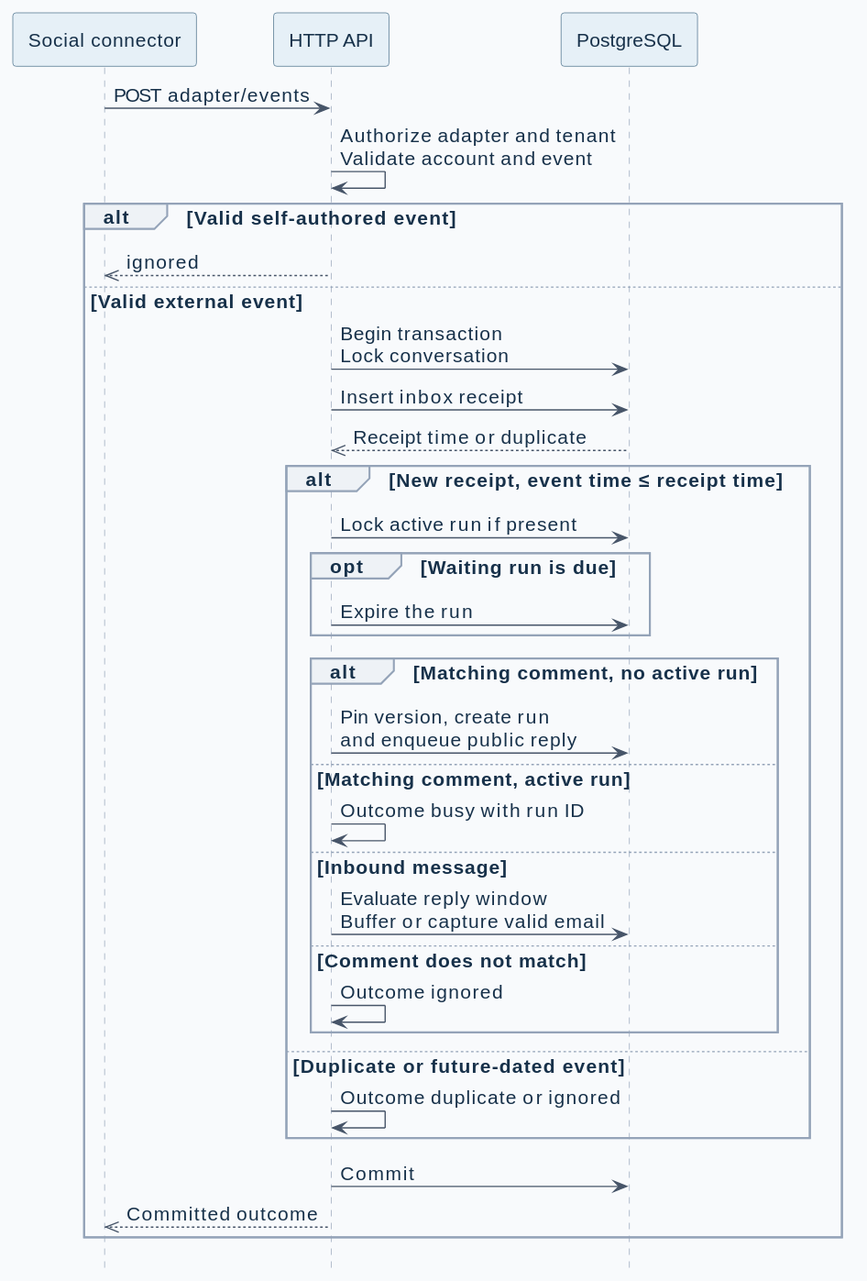
This is docs/diagrams/ingestion.svg from ByAxe/blotato-comment-automations, a PlantUML export, as it was before one commit. Its source is kept beside it as docs/diagrams/ingestion.puml. The source it was exported from:
```plantuml
@startuml
hide footbox
skinparam BackgroundColor #F8FAFC
skinparam DefaultFontName SansSerif
skinparam DefaultFontColor #17314A
skinparam DefaultFontSize 15
skinparam Shadowing false
skinparam ArrowColor #475569
skinparam SequenceLifeLineBorderColor #94A3B8
skinparam SequenceParticipantBackgroundColor #E6F0F7
skinparam SequenceParticipantBorderColor #456C87
skinparam SequenceGroupBackgroundColor #EEF2F6
skinparam SequenceGroupBorderColor #94A3B8
<style>
participant {
  Padding 12
}
</style>
skinparam BoxPadding 12
skinparam maxMessageSize 260

participant "Social connector" as gateway
participant "HTTP API" as api
participant "PostgreSQL" as db

gateway -> api : POST adapter/events
api -> api : Authorize adapter and tenant\nValidate account and event
alt Valid self-authored event
  api -->> gateway : ignored
else Valid external event
  api -> db : Begin transaction\nLock conversation
  api -> db : Insert inbox receipt
  db -->> api : Receipt time or duplicate
  alt New receipt, event time ≤ receipt time
    api -> db : Lock active run if present
    opt Waiting run is due
      api -> db : Expire the run
    end
    alt Matching comment, no active run
      api -> db : Pin version, create run\nand enqueue public reply
    else Matching comment, active run
      api -> api : Outcome busy with run ID
    else Inbound message
      api -> db : Evaluate reply window\nBuffer or capture valid email
    else Comment does not match
      api -> api : Outcome ignored
    end
  else Duplicate or future-dated event
    api -> api : Outcome duplicate or ignored
  end
  api -> db : Commit
  api -->> gateway : Committed outcome
end
@enduml
```
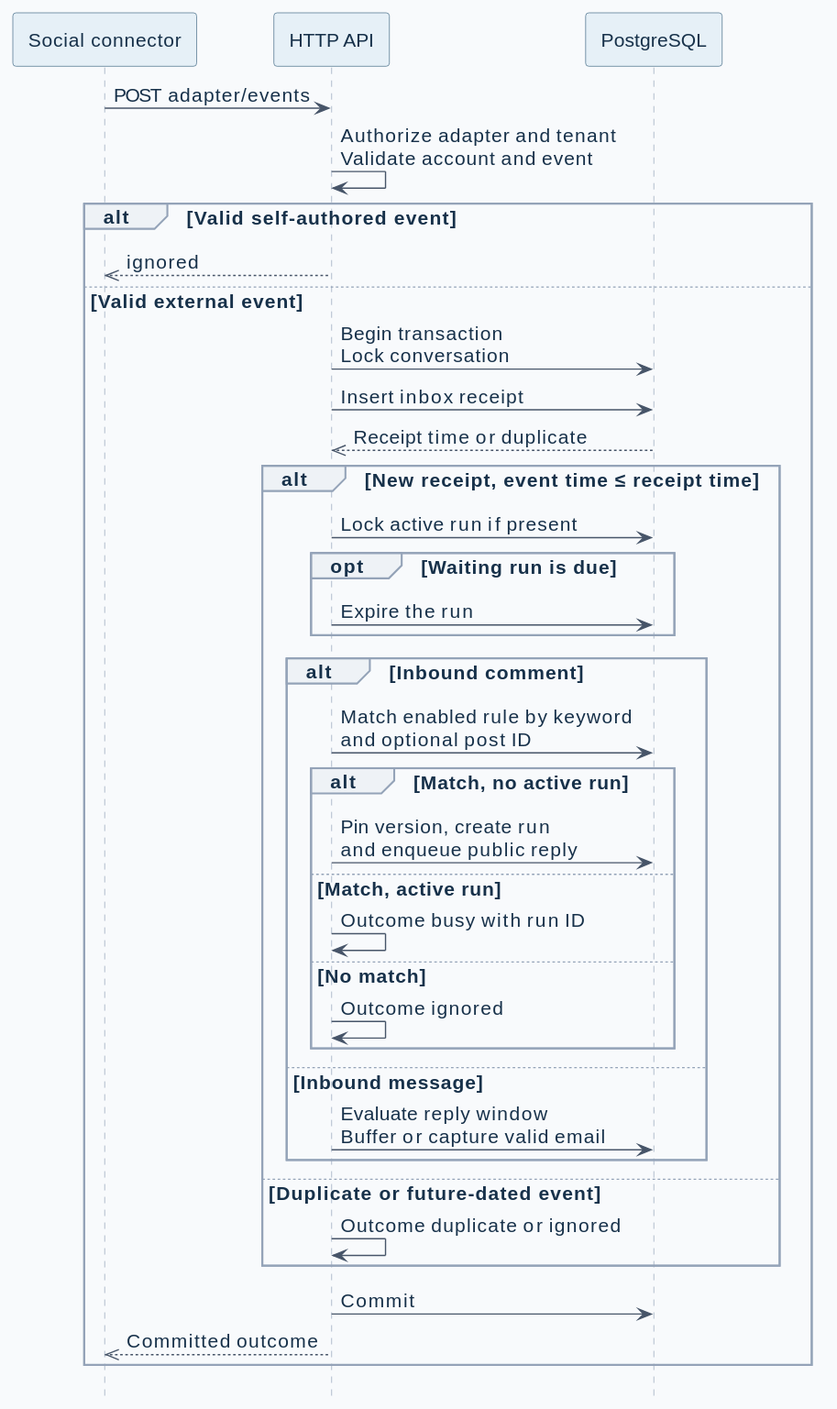
The same diagram one commit later.

The edit, as a diff of the source:
```diff
@@ -36,14 +36,17 @@
     opt Waiting run is due
       api -> db : Expire the run
     end
-    alt Matching comment, no active run
-      api -> db : Pin version, create run\nand enqueue public reply
-    else Matching comment, active run
-      api -> api : Outcome busy with run ID
+    alt Inbound comment
+      api -> db : Match enabled rule by keyword\nand optional post ID
+      alt Match, no active run
+        api -> db : Pin version, create run\nand enqueue public reply
+      else Match, active run
+        api -> api : Outcome busy with run ID
+      else No match
+        api -> api : Outcome ignored
+      end
     else Inbound message
       api -> db : Evaluate reply window\nBuffer or capture valid email
-    else Comment does not match
-      api -> api : Outcome ignored
     end
   else Duplicate or future-dated event
     api -> api : Outcome duplicate or ignored
```
